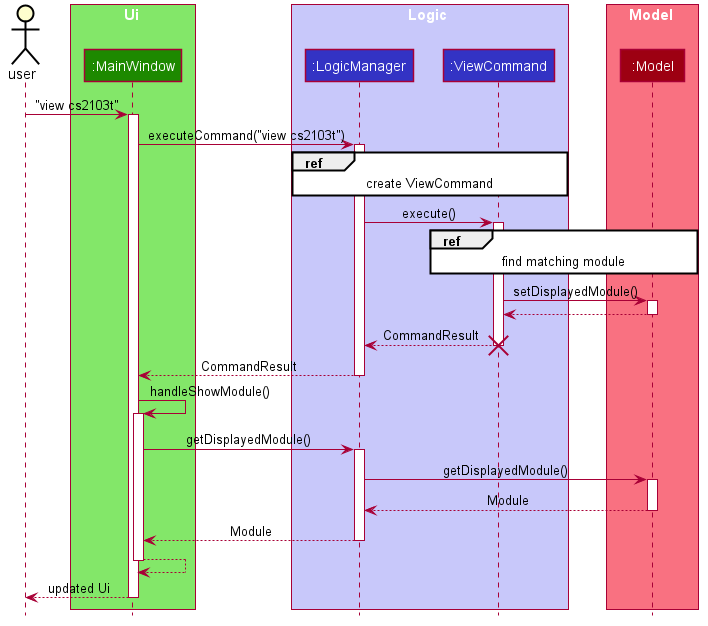
Before: docs/images/ModuleViewSequenceDiagram.png, a diagram exported from PlantUML (geshuming/main). Source of this version:
```plantuml
@startuml








skinparam BackgroundColor #FFFFFFF

skinparam Shadowing false

skinparam Class {
    FontColor #FFFFFF
    BorderThickness 1
    BorderColor #FFFFFF
    StereotypeFontColor #FFFFFF
    FontName Arial
}

skinparam Actor {
    BorderColor #000000
    Color #000000
    FontName Arial
}

skinparam Sequence {
    MessageAlign center
    BoxFontSize 15
    BoxPadding 0
    BoxFontColor #FFFFFF
    FontName Arial
}

skinparam Participant {
    FontColor #FFFFFFF
    Padding 20
}

skinparam MinClassWidth 50
skinparam ParticipantPadding 10
skinparam Shadowing false
skinparam DefaultTextAlignment center
skinparam packageStyle Rectangle

hide footbox
hide members
hide circle

actor user

box Ui #83E769
participant ":MainWindow" as MainWindow #1D8900
end box

box Logic #C8C8FA
participant ":LogicManager" as LogicManager #3333C4
participant ":ViewCommand" as ViewCommand #3333C4
end box

box Model #F97181
participant ":Model" as Model #9D0012
end box

user -> MainWindow : "view cs2103t"
activate MainWindow

MainWindow -> LogicManager : executeCommand("view cs2103t")
activate LogicManager

ref over LogicManager, ViewCommand : create ViewCommand

LogicManager -> ViewCommand : execute()
activate ViewCommand

ref over ViewCommand, Model : find matching module

ViewCommand -> Model : setDisplayedModule()
activate Model

Model --> ViewCommand
deactivate Model

ViewCommand --> LogicManager : CommandResult
deactivate ViewCommand
destroy ViewCommand

LogicManager --> MainWindow : CommandResult
deactivate LogicManager

MainWindow -> MainWindow : handleShowModule()
activate MainWindow

MainWindow -> LogicManager : getDisplayedModule()
activate LogicManager

LogicManager -> Model : getDisplayedModule()
activate Model

Model --> LogicManager : Module
deactivate Model

LogicManager --> MainWindow : Module
deactivate LogicManager

MainWindow --> MainWindow
deactivate MainWindow

MainWindow --> user : updated Ui
deactivate MainWindow

@enduml
```
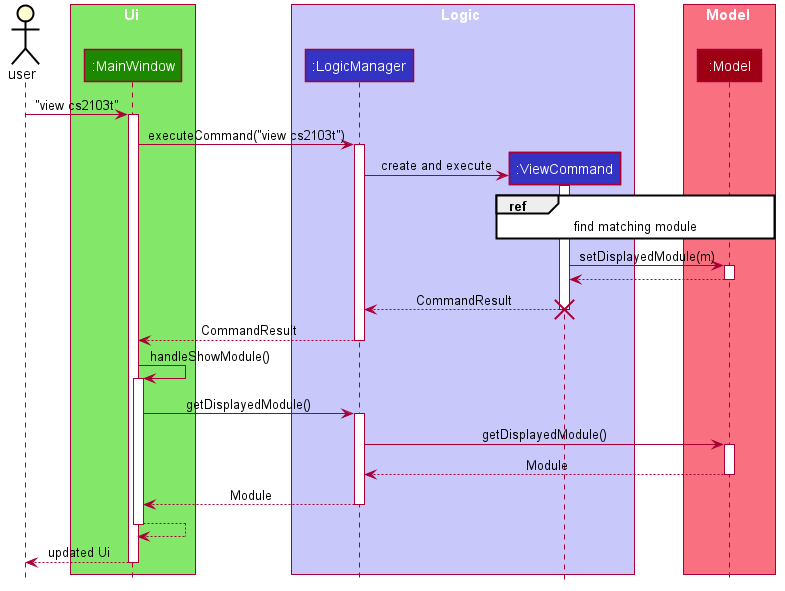
Above is the later version.

Change to the diagram source:
```diff
@@ -69,14 +69,12 @@
 MainWindow -> LogicManager : executeCommand("view cs2103t")
 activate LogicManager
 
-ref over LogicManager, ViewCommand : create ViewCommand
-
-LogicManager -> ViewCommand : execute()
+LogicManager -> ViewCommand ** : create and execute
 activate ViewCommand
 
 ref over ViewCommand, Model : find matching module
 
-ViewCommand -> Model : setDisplayedModule()
+ViewCommand -> Model : setDisplayedModule(m)
 activate Model
 
 Model --> ViewCommand
```
